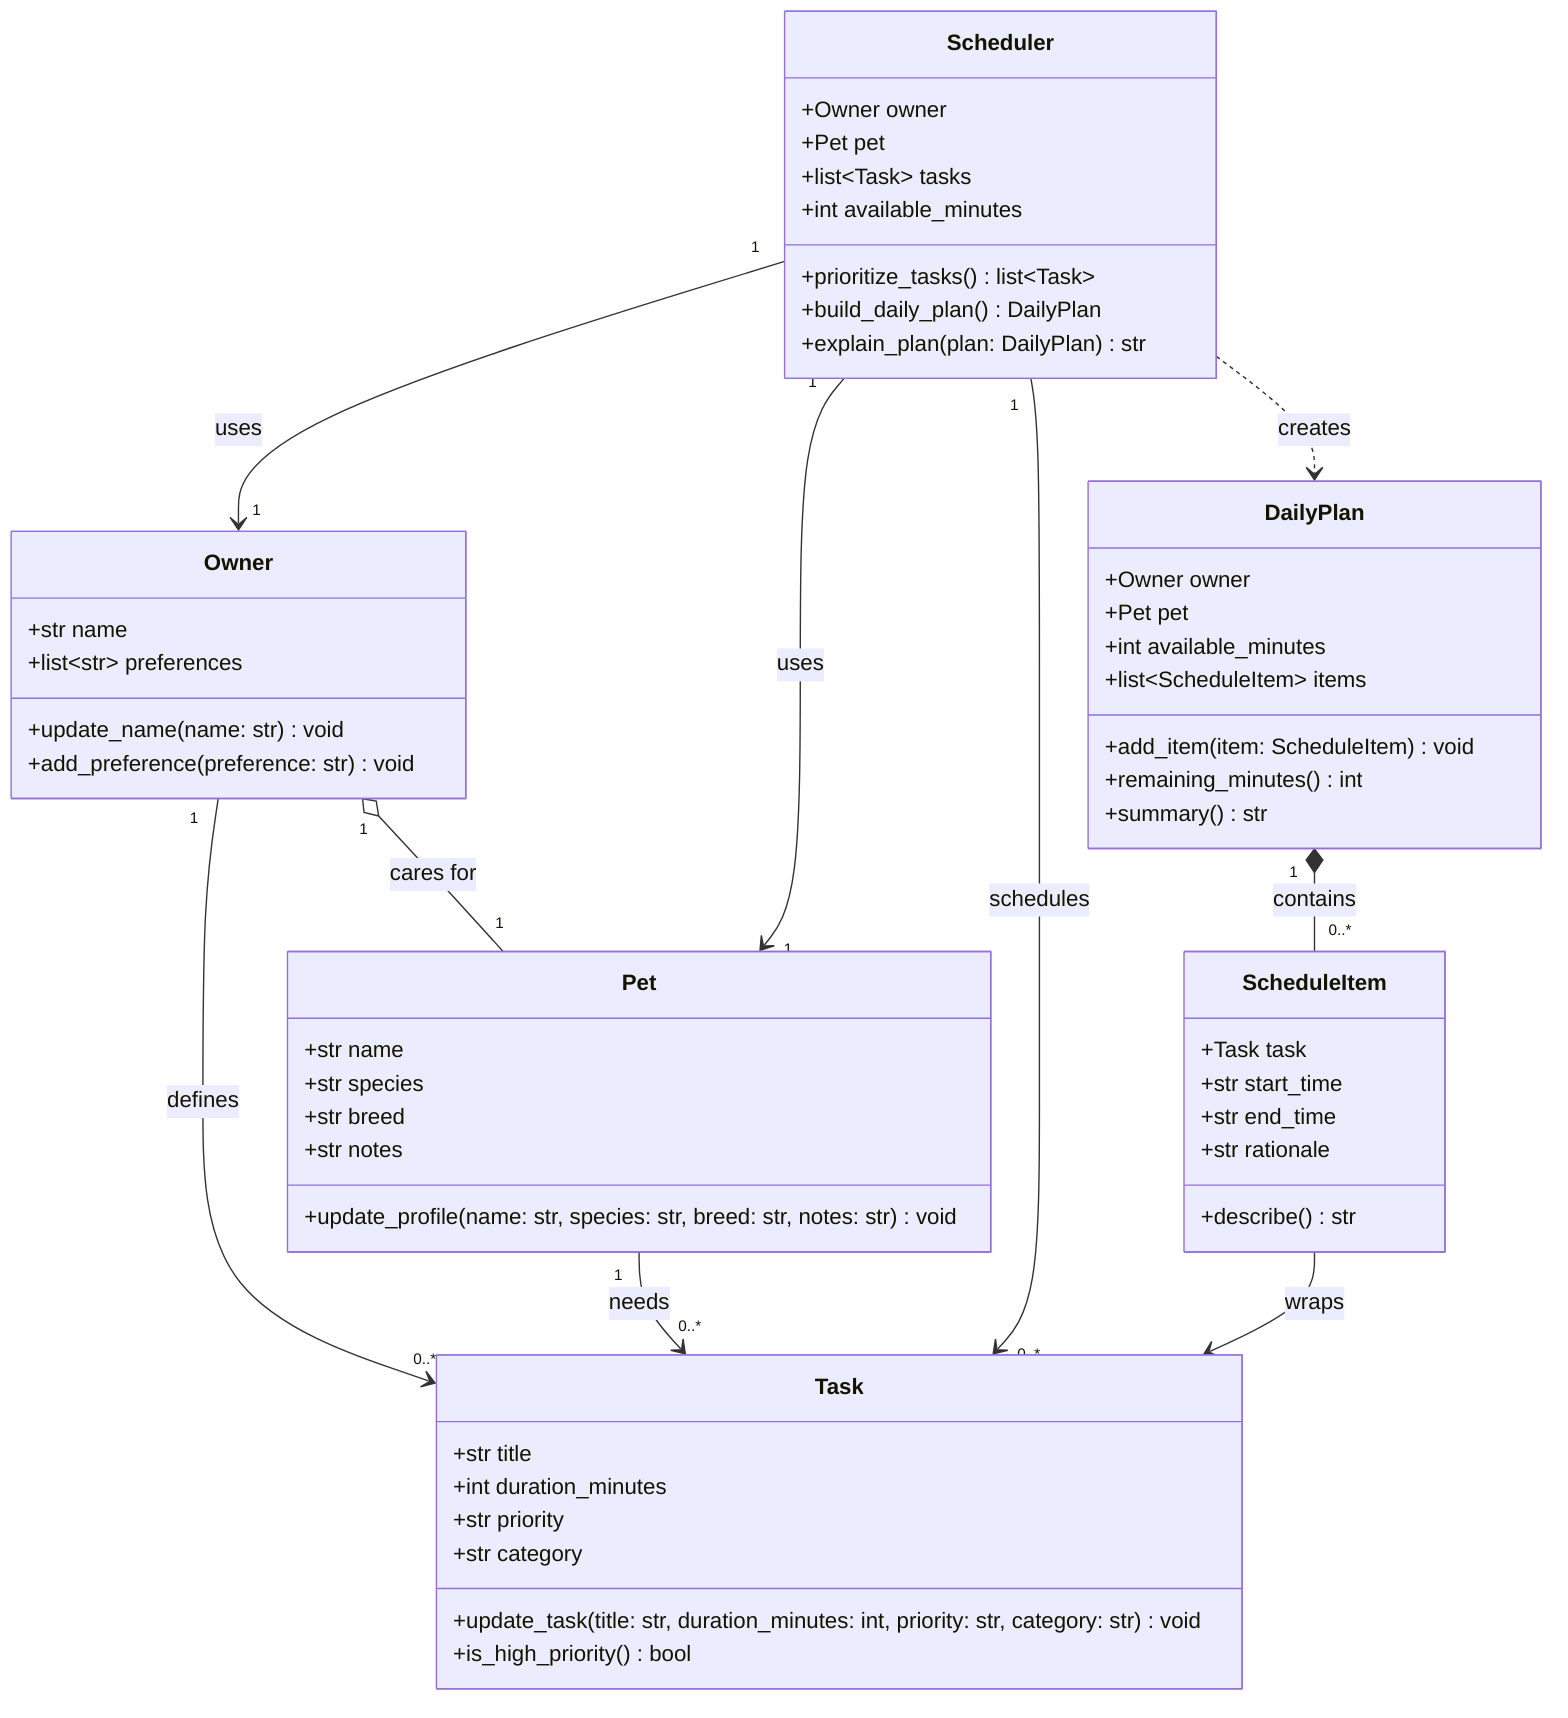
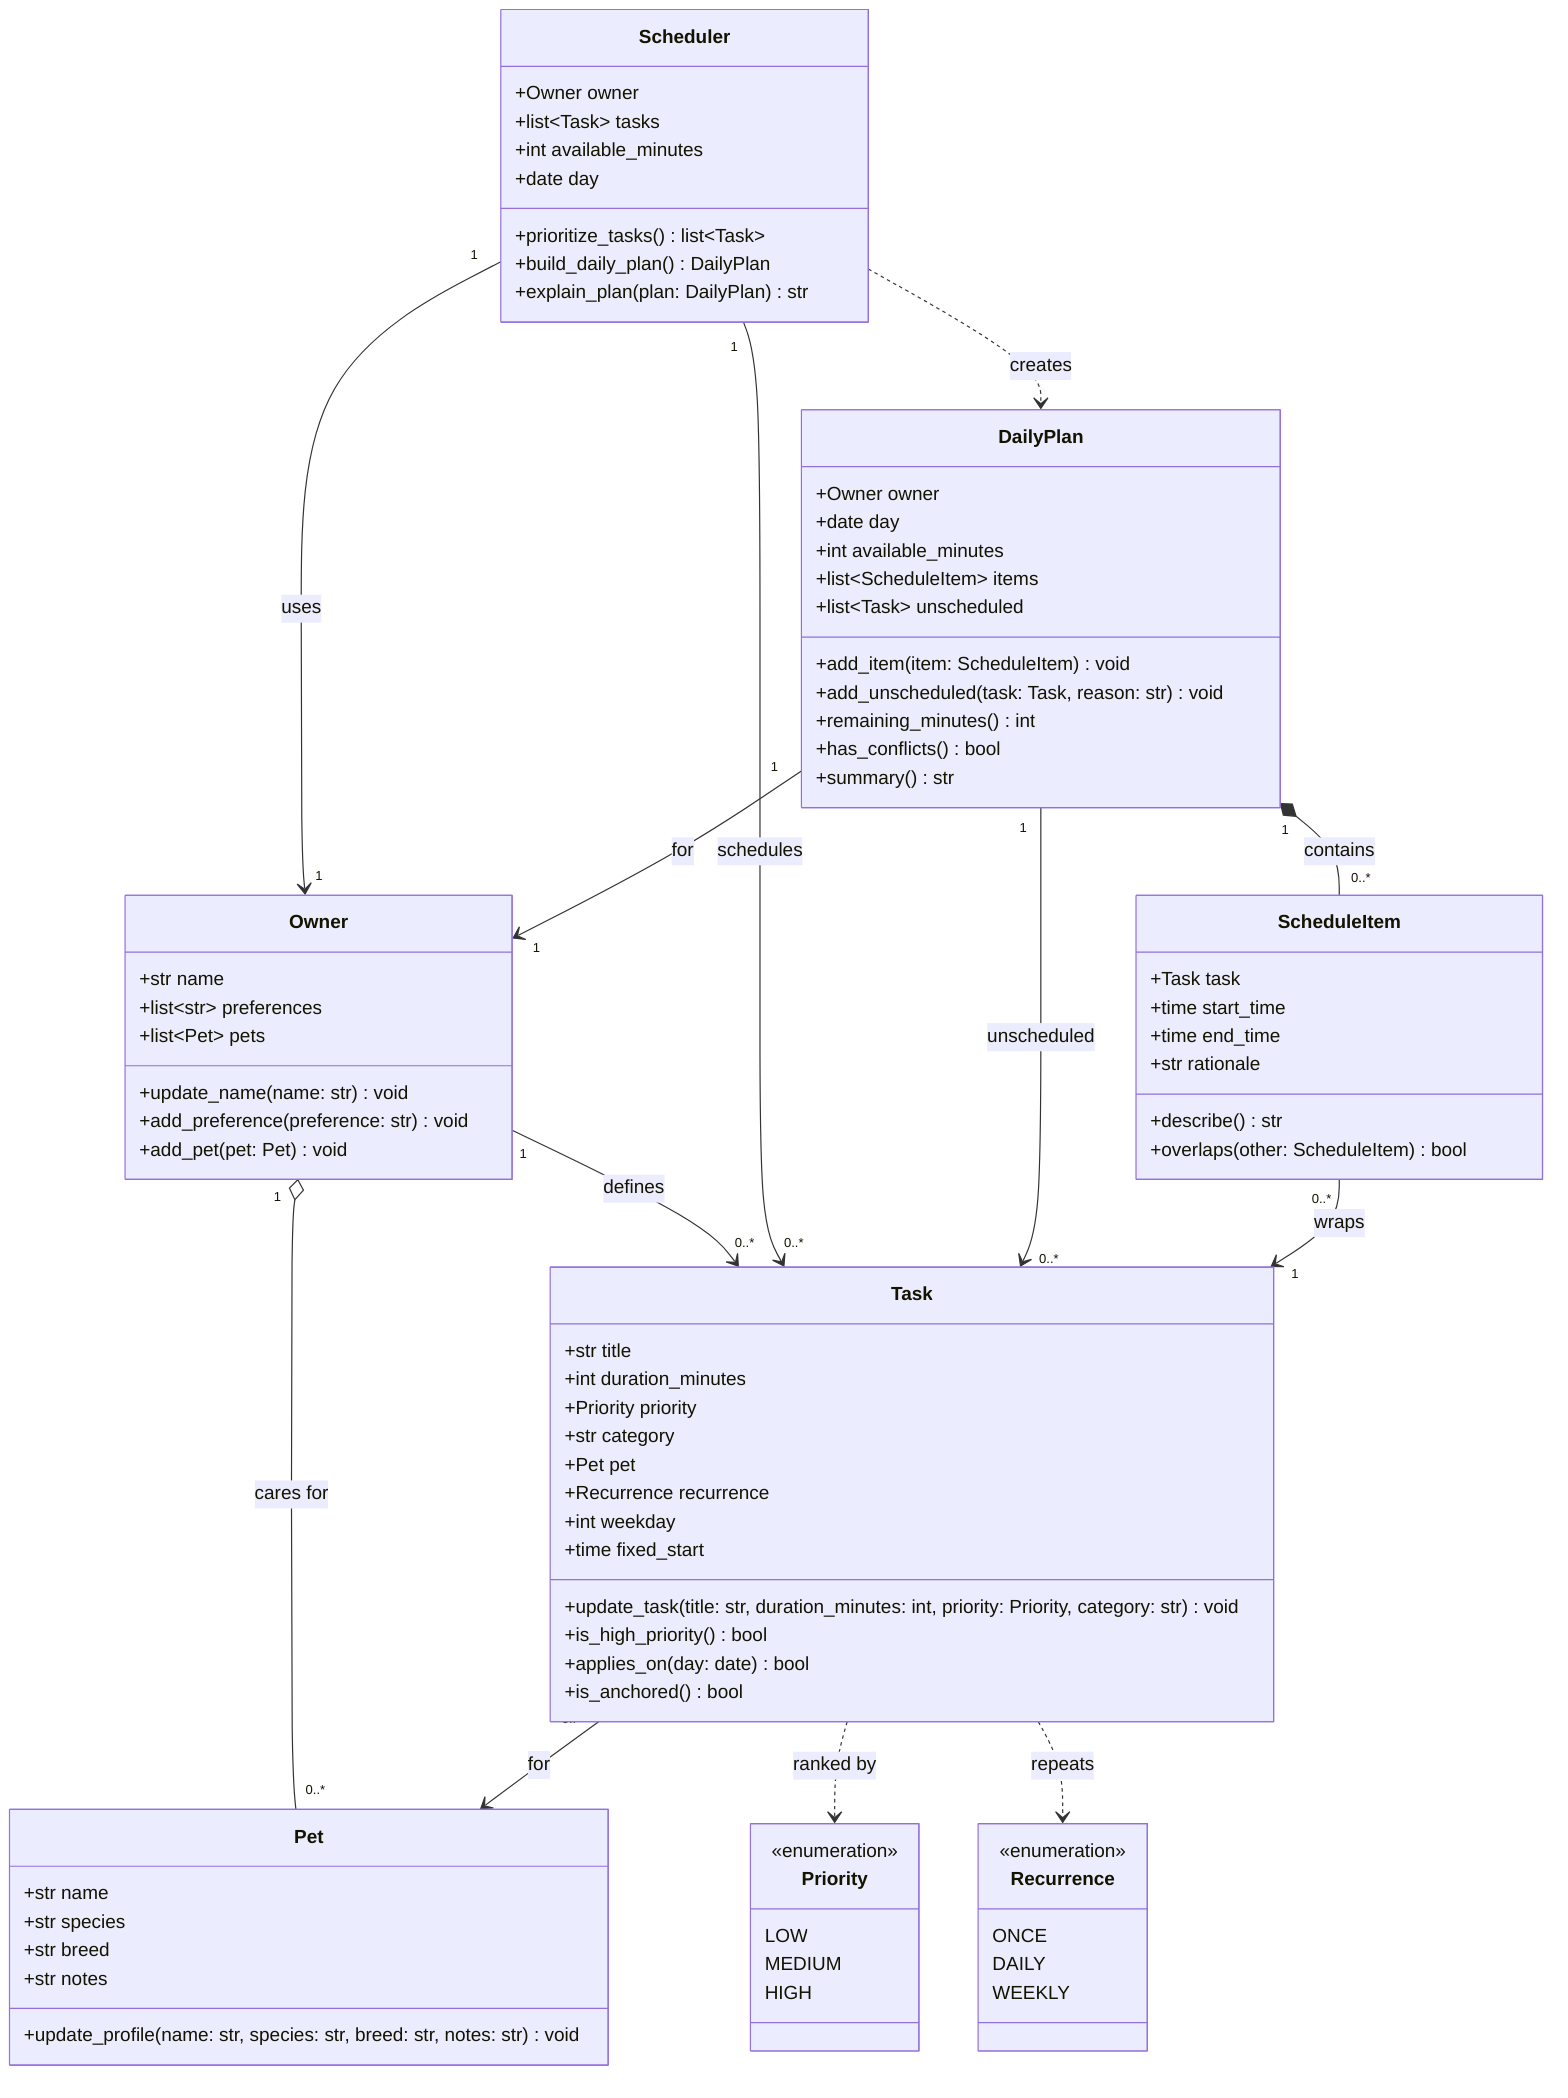
classDiagram
+     class Priority {
+         <<enumeration>>
+         LOW
+         MEDIUM
+         HIGH
+     }
+ 
+     class Recurrence {
+         <<enumeration>>
+         ONCE
+         DAILY
+         WEEKLY
+     }
+ 
    class Owner {
        +str name
        +list~str~ preferences
+         +list~Pet~ pets
        +update_name(name: str) void
        +add_preference(preference: str) void
+         +add_pet(pet: Pet) void
    }

    class Pet {
        +str name
        +str species
        +str breed
        +str notes
        +update_profile(name: str, species: str, breed: str, notes: str) void
    }

    class Task {
        +str title
        +int duration_minutes
-         +str priority
+         +Priority priority
        +str category
-         +update_task(title: str, duration_minutes: int, priority: str, category: str) void
+         +Pet pet
+         +Recurrence recurrence
+         +int weekday
+         +time fixed_start
+         +update_task(title: str, duration_minutes: int, priority: Priority, category: str) void
        +is_high_priority() bool
+         +applies_on(day: date) bool
+         +is_anchored() bool
    }

    class ScheduleItem {
        +Task task
-         +str start_time
-         +str end_time
+         +time start_time
+         +time end_time
        +str rationale
        +describe() str
+         +overlaps(other: ScheduleItem) bool
    }

    class DailyPlan {
        +Owner owner
-         +Pet pet
+         +date day
        +int available_minutes
        +list~ScheduleItem~ items
+         +list~Task~ unscheduled
        +add_item(item: ScheduleItem) void
+         +add_unscheduled(task: Task, reason: str) void
        +remaining_minutes() int
+         +has_conflicts() bool
        +summary() str
    }

    class Scheduler {
        +Owner owner
-         +Pet pet
        +list~Task~ tasks
        +int available_minutes
+         +date day
        +prioritize_tasks() list~Task~
        +build_daily_plan() DailyPlan
        +explain_plan(plan: DailyPlan) str
    }

-     Owner "1" o-- "1" Pet : cares for
+     Owner "1" o-- "0..*" Pet : cares for
    Owner "1" --> "0..*" Task : defines
-     Pet "1" --> "0..*" Task : needs
+     Task "0..*" --> "1" Pet : for
+     Task ..> Priority : ranked by
+     Task ..> Recurrence : repeats
    Scheduler "1" --> "1" Owner : uses
-     Scheduler "1" --> "1" Pet : uses
    Scheduler "1" --> "0..*" Task : schedules
    Scheduler ..> DailyPlan : creates
+     DailyPlan "1" --> "1" Owner : for
    DailyPlan "1" *-- "0..*" ScheduleItem : contains
-     ScheduleItem --> Task : wraps
+     DailyPlan "1" --> "0..*" Task : unscheduled
+     ScheduleItem "0..*" --> "1" Task : wraps
